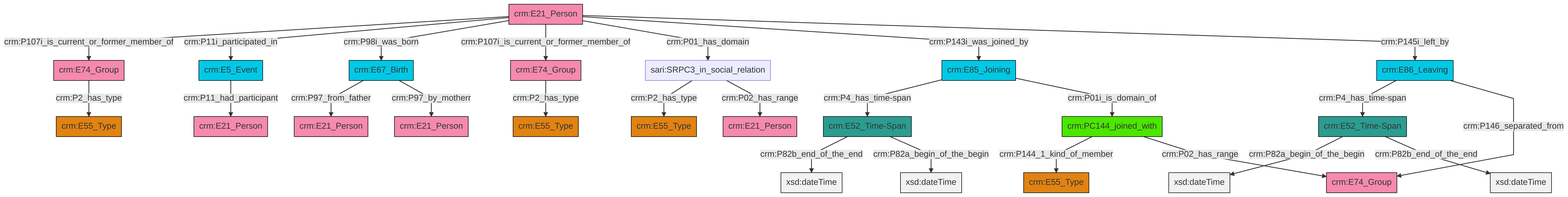
swiss-art-research-net/reference-data-models keeps this Mermaid diagram as et/personCSV/ttl/mmd/png/Person_Actor_Relations.png. Above is the earlier version. Its source is kept beside it as et/personCSV/ttl/mmd/Person_Actor_Relations.ttl.mmd.
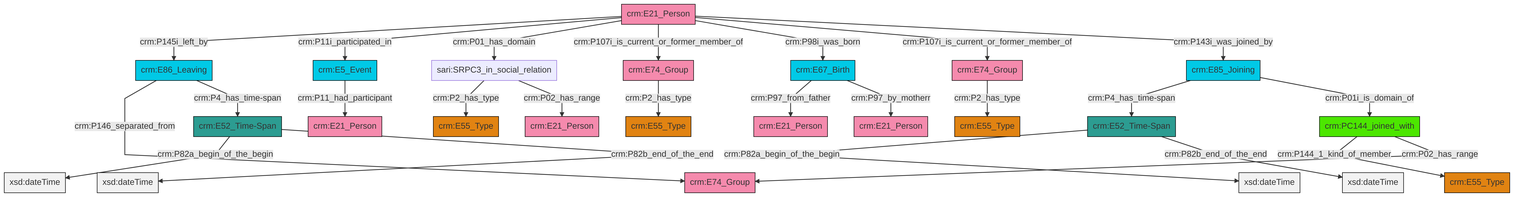
Above is the later version.

What changed in the source:
```diff
@@ -13,27 +13,27 @@
 classDef PC_Classes fill:#4ce600, stroke:#000000;
 classDef Multi fill:#cccccc,stroke:#000000;
 
-6["crm:E21_Person"]:::Actor -->|crm:P107i_is_current_or_former_member_of| 7["crm:E74_Group"]:::Actor
-12["crm:E67_Birth"]:::Temporal_Entity -->|crm:P97_from_father| 13["crm:E21_Person"]:::Actor
-6["crm:E21_Person"]:::Actor -->|crm:P11i_participated_in| 14["crm:E5_Event"]:::Temporal_Entity
-15["crm:E86_Leaving"]:::Temporal_Entity -->|crm:P4_has_time-span| 16["crm:E52_Time-Span"]:::Time-Span
-6["crm:E21_Person"]:::Actor -->|crm:P98i_was_born| 12["crm:E67_Birth"]:::Temporal_Entity
-6["crm:E21_Person"]:::Actor -->|crm:P107i_is_current_or_former_member_of| 19["crm:E74_Group"]:::Actor
-7["crm:E74_Group"]:::Actor -->|crm:P2_has_type| 10["crm:E55_Type"]:::Type
-6["crm:E21_Person"]:::Actor -->|crm:P01_has_domain| 4["sari:SRPC3_in_social_relation"]:::Default
-15["crm:E86_Leaving"]:::Temporal_Entity -->|crm:P146_separated_from| 8["crm:E74_Group"]:::Actor
-17["crm:E85_Joining"]:::Temporal_Entity -->|crm:P4_has_time-span| 22["crm:E52_Time-Span"]:::Time-Span
-4["sari:SRPC3_in_social_relation"]:::Default -->|crm:P2_has_type| 24["crm:E55_Type"]:::Type
-14["crm:E5_Event"]:::Temporal_Entity -->|crm:P11_had_participant| 25["crm:E21_Person"]:::Actor
-19["crm:E74_Group"]:::Actor -->|crm:P2_has_type| 20["crm:E55_Type"]:::Type
-4["sari:SRPC3_in_social_relation"]:::Default -->|crm:P02_has_range| 28["crm:E21_Person"]:::Actor
-16["crm:E52_Time-Span"]:::Time-Span -->|crm:P82a_begin_of_the_begin| 29[xsd:dateTime]:::Literal
-12["crm:E67_Birth"]:::Temporal_Entity -->|crm:P97_by_motherr| 2["crm:E21_Person"]:::Actor
-0["crm:PC144_joined_with"]:::PC_Classes -->|crm:P144_1_kind_of_member| 32["crm:E55_Type"]:::Type
-22["crm:E52_Time-Span"]:::Time-Span -->|crm:P82b_end_of_the_end| 34[xsd:dateTime]:::Literal
-16["crm:E52_Time-Span"]:::Time-Span -->|crm:P82b_end_of_the_end| 36[xsd:dateTime]:::Literal
-17["crm:E85_Joining"]:::Temporal_Entity -->|crm:P01i_is_domain_of| 0["crm:PC144_joined_with"]:::PC_Classes
-0["crm:PC144_joined_with"]:::PC_Classes -->|crm:P02_has_range| 8["crm:E74_Group"]:::Actor
-6["crm:E21_Person"]:::Actor -->|crm:P143i_was_joined_by| 17["crm:E85_Joining"]:::Temporal_Entity
-22["crm:E52_Time-Span"]:::Time-Span -->|crm:P82a_begin_of_the_begin| 45[xsd:dateTime]:::Literal
-6["crm:E21_Person"]:::Actor -->|crm:P145i_left_by| 15["crm:E86_Leaving"]:::Temporal_Entity
+0["crm:E67_Birth"]:::Temporal_Entity -->|crm:P97_from_father| 1["crm:E21_Person"]:::Actor
+2["crm:E21_Person"]:::Actor -->|crm:P145i_left_by| 3["crm:E86_Leaving"]:::Temporal_Entity
+11["crm:E52_Time-Span"]:::Time-Span -->|crm:P82a_begin_of_the_begin| 12[xsd:dateTime]:::Literal
+13["sari:SRPC3_in_social_relation"]:::Default -->|crm:P2_has_type| 14["crm:E55_Type"]:::Type
+2["crm:E21_Person"]:::Actor -->|crm:P11i_participated_in| 17["crm:E5_Event"]:::Temporal_Entity
+9["crm:E85_Joining"]:::Temporal_Entity -->|crm:P4_has_time-span| 15["crm:E52_Time-Span"]:::Time-Span
+9["crm:E85_Joining"]:::Temporal_Entity -->|crm:P01i_is_domain_of| 20["crm:PC144_joined_with"]:::PC_Classes
+15["crm:E52_Time-Span"]:::Time-Span -->|crm:P82a_begin_of_the_begin| 26[xsd:dateTime]:::Literal
+18["crm:E74_Group"]:::Actor -->|crm:P2_has_type| 27["crm:E55_Type"]:::Type
+20["crm:PC144_joined_with"]:::PC_Classes -->|crm:P144_1_kind_of_member| 5["crm:E55_Type"]:::Type
+2["crm:E21_Person"]:::Actor -->|crm:P01_has_domain| 13["sari:SRPC3_in_social_relation"]:::Default
+20["crm:PC144_joined_with"]:::PC_Classes -->|crm:P02_has_range| 7["crm:E74_Group"]:::Actor
+2["crm:E21_Person"]:::Actor -->|crm:P107i_is_current_or_former_member_of| 31["crm:E74_Group"]:::Actor
+13["sari:SRPC3_in_social_relation"]:::Default -->|crm:P02_has_range| 36["crm:E21_Person"]:::Actor
+2["crm:E21_Person"]:::Actor -->|crm:P98i_was_born| 0["crm:E67_Birth"]:::Temporal_Entity
+0["crm:E67_Birth"]:::Temporal_Entity -->|crm:P97_by_motherr| 37["crm:E21_Person"]:::Actor
+15["crm:E52_Time-Span"]:::Time-Span -->|crm:P82b_end_of_the_end| 39[xsd:dateTime]:::Literal
+3["crm:E86_Leaving"]:::Temporal_Entity -->|crm:P146_separated_from| 7["crm:E74_Group"]:::Actor
+31["crm:E74_Group"]:::Actor -->|crm:P2_has_type| 24["crm:E55_Type"]:::Type
+11["crm:E52_Time-Span"]:::Time-Span -->|crm:P82b_end_of_the_end| 42[xsd:dateTime]:::Literal
+3["crm:E86_Leaving"]:::Temporal_Entity -->|crm:P4_has_time-span| 11["crm:E52_Time-Span"]:::Time-Span
+17["crm:E5_Event"]:::Temporal_Entity -->|crm:P11_had_participant| 34["crm:E21_Person"]:::Actor
+2["crm:E21_Person"]:::Actor -->|crm:P107i_is_current_or_former_member_of| 18["crm:E74_Group"]:::Actor
+2["crm:E21_Person"]:::Actor -->|crm:P143i_was_joined_by| 9["crm:E85_Joining"]:::Temporal_Entity
```
